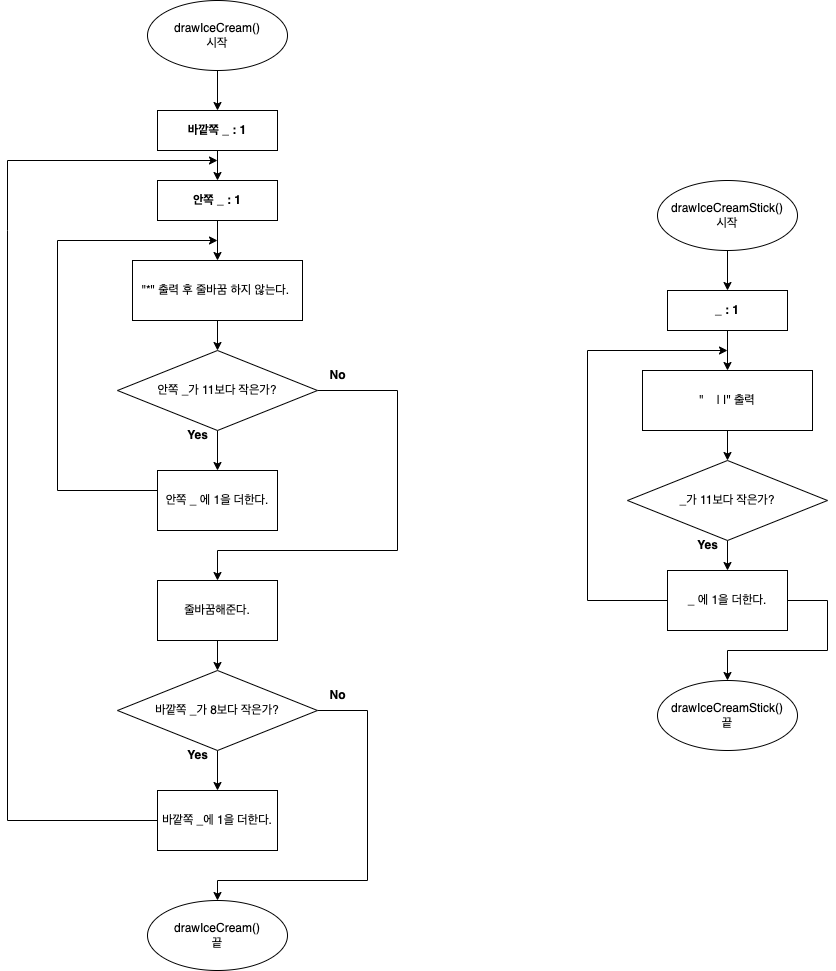
Above: CodeStarterCamp_Week1/step2순서도.png in yagom-academy/swift-starter-Round1 (draw.io), before the change. Source tidied: cells renumbered, new cells last; positions are measured from the earlier drawing's top-left corner, leaving out a move shared by most shapes. The source it was exported from:
```xml
<mxGraphModel>
  <root>
    <mxCell id="0" />
    <mxCell id="1" parent="0" />
    <mxCell id="2" style="edgeStyle=orthogonalEdgeStyle;rounded=0;jettySize=auto;html=1;exitX=0.5;exitY=1;exitDx=0;exitDy=0;" parent="1" edge="1" source="3">
      <mxGeometry relative="1" as="geometry">
        <mxPoint x="210" y="110" as="targetPoint" />
      </mxGeometry>
    </mxCell>
    <mxCell id="3" value="drawIceCream()&lt;br&gt;시작" style="ellipse;whiteSpace=wrap;html=1;" parent="1" vertex="1">
      <mxGeometry x="140" width="140" height="70" as="geometry" />
    </mxCell>
    <mxCell id="4" style="edgeStyle=orthogonalEdgeStyle;rounded=0;jettySize=auto;html=1;" parent="1" edge="1" source="5" target="7">
      <mxGeometry relative="1" as="geometry" />
    </mxCell>
    <mxCell id="5" value="&lt;b&gt;바깥쪽 _ : 1&lt;/b&gt;" style="rounded=0;whiteSpace=wrap;html=1;" parent="1" vertex="1">
      <mxGeometry x="150" y="110" width="120" height="40" as="geometry" />
    </mxCell>
    <mxCell id="6" style="edgeStyle=orthogonalEdgeStyle;rounded=0;jettySize=auto;html=1;" parent="1" edge="1" source="7" target="9">
      <mxGeometry relative="1" as="geometry" />
    </mxCell>
    <mxCell id="7" value="&lt;b&gt;안쪽 _ : 1&lt;/b&gt;" style="whiteSpace=wrap;html=1;rounded=0;" parent="1" vertex="1">
      <mxGeometry x="150" y="180" width="120" height="40" as="geometry" />
    </mxCell>
    <mxCell id="8" style="edgeStyle=orthogonalEdgeStyle;rounded=0;jettySize=auto;html=1;" parent="1" edge="1" source="9" target="12">
      <mxGeometry relative="1" as="geometry" />
    </mxCell>
    <mxCell id="9" value="&quot;*&quot; 출력 후 줄바꿈 하지 않는다.&amp;nbsp;" style="whiteSpace=wrap;html=1;rounded=0;" parent="1" vertex="1">
      <mxGeometry x="125" y="260" width="170" height="60" as="geometry" />
    </mxCell>
    <mxCell id="10" style="edgeStyle=orthogonalEdgeStyle;rounded=0;jettySize=auto;html=1;" parent="1" edge="1" source="12" target="14">
      <mxGeometry relative="1" as="geometry" />
    </mxCell>
    <mxCell id="11" style="edgeStyle=orthogonalEdgeStyle;rounded=0;jettySize=auto;html=1;exitX=1;exitY=0.5;exitDx=0;exitDy=0;" parent="1" edge="1" source="12" target="18">
      <mxGeometry relative="1" as="geometry">
        <Array as="points">
          <mxPoint x="390" y="390" />
          <mxPoint x="390" y="550" />
          <mxPoint x="210" y="550" />
        </Array>
      </mxGeometry>
    </mxCell>
    <mxCell id="12" value="안쪽 _가 11보다 작은가?" style="rhombus;whiteSpace=wrap;html=1;rounded=0;" parent="1" vertex="1">
      <mxGeometry x="110" y="350" width="200" height="80" as="geometry" />
    </mxCell>
    <mxCell id="13" style="edgeStyle=orthogonalEdgeStyle;rounded=0;jettySize=auto;html=1;exitX=0;exitY=0.5;exitDx=0;exitDy=0;" parent="1" edge="1" source="14">
      <mxGeometry relative="1" as="geometry">
        <mxPoint x="210" y="240" as="targetPoint" />
        <Array as="points">
          <mxPoint x="150" y="490" />
          <mxPoint x="50" y="490" />
          <mxPoint x="50" y="240" />
        </Array>
      </mxGeometry>
    </mxCell>
    <mxCell id="14" value="안쪽 _ 에 1을 더한다." style="whiteSpace=wrap;html=1;rounded=0;" parent="1" vertex="1">
      <mxGeometry x="150" y="470" width="120" height="60" as="geometry" />
    </mxCell>
    <mxCell id="15" value="&lt;b&gt;Yes&lt;/b&gt;" style="text;html=1;align=center;verticalAlign=middle;strokeColor=none;fillColor=none;" parent="1" vertex="1">
      <mxGeometry x="170" y="420" width="40" height="30" as="geometry" />
    </mxCell>
    <mxCell id="16" value="&lt;b&gt;No&lt;/b&gt;" style="text;html=1;align=center;verticalAlign=middle;strokeColor=none;fillColor=none;" parent="1" vertex="1">
      <mxGeometry x="310" y="360" width="40" height="30" as="geometry" />
    </mxCell>
    <mxCell id="17" style="edgeStyle=orthogonalEdgeStyle;rounded=0;jettySize=auto;html=1;" parent="1" edge="1" source="18" target="21">
      <mxGeometry relative="1" as="geometry" />
    </mxCell>
    <mxCell id="18" value="줄바꿈해준다." style="whiteSpace=wrap;html=1;rounded=0;" parent="1" vertex="1">
      <mxGeometry x="150" y="580" width="120" height="60" as="geometry" />
    </mxCell>
    <mxCell id="19" style="edgeStyle=orthogonalEdgeStyle;rounded=0;jettySize=auto;html=1;" parent="1" edge="1" source="21" target="23">
      <mxGeometry relative="1" as="geometry" />
    </mxCell>
    <mxCell id="20" style="edgeStyle=orthogonalEdgeStyle;rounded=0;jettySize=auto;html=1;entryX=0.5;entryY=0;entryDx=0;entryDy=0;strokeColor=default;endArrow=classic;endFill=1;" parent="1" edge="1" source="21" target="26">
      <mxGeometry relative="1" as="geometry">
        <Array as="points">
          <mxPoint x="360" y="710" />
          <mxPoint x="360" y="880" />
          <mxPoint x="210" y="880" />
        </Array>
      </mxGeometry>
    </mxCell>
    <mxCell id="21" value="바깥쪽 _가 8보다 작은가?" style="rhombus;whiteSpace=wrap;html=1;rounded=0;" parent="1" vertex="1">
      <mxGeometry x="110" y="670" width="200" height="80" as="geometry" />
    </mxCell>
    <mxCell id="22" style="edgeStyle=orthogonalEdgeStyle;rounded=0;jettySize=auto;html=1;strokeColor=default;endArrow=none;endFill=0;" parent="1" edge="1" source="23">
      <mxGeometry relative="1" as="geometry">
        <mxPoint y="230" as="targetPoint" />
      </mxGeometry>
    </mxCell>
    <mxCell id="23" value="바깥쪽 _에 1을 더한다." style="whiteSpace=wrap;html=1;rounded=0;" parent="1" vertex="1">
      <mxGeometry x="150" y="790" width="120" height="60" as="geometry" />
    </mxCell>
    <mxCell id="24" value="&lt;b&gt;Yes&lt;/b&gt;" style="text;html=1;align=center;verticalAlign=middle;strokeColor=none;fillColor=none;" parent="1" vertex="1">
      <mxGeometry x="170" y="740" width="40" height="30" as="geometry" />
    </mxCell>
    <mxCell id="25" style="edgeStyle=orthogonalEdgeStyle;rounded=0;orthogonalLoop=1;jettySize=auto;html=1;" parent="1" edge="1">
      <mxGeometry relative="1" as="geometry">
        <mxPoint y="230" as="sourcePoint" />
        <mxPoint x="210" y="160" as="targetPoint" />
        <Array as="points">
          <mxPoint y="160" />
        </Array>
      </mxGeometry>
    </mxCell>
    <mxCell id="26" value="drawIceCream()&lt;br&gt;끝" style="ellipse;whiteSpace=wrap;html=1;" parent="1" vertex="1">
      <mxGeometry x="140" y="900" width="140" height="70" as="geometry" />
    </mxCell>
    <mxCell id="27" value="&lt;b&gt;No&lt;/b&gt;" style="text;html=1;align=center;verticalAlign=middle;strokeColor=none;fillColor=none;" parent="1" vertex="1">
      <mxGeometry x="310" y="680" width="40" height="30" as="geometry" />
    </mxCell>
    <mxCell id="28" style="edgeStyle=orthogonalEdgeStyle;rounded=0;jettySize=auto;html=1;strokeColor=default;fontFamily=Helvetica;endArrow=classic;endFill=1;" parent="1" edge="1" source="29" target="31">
      <mxGeometry relative="1" as="geometry" />
    </mxCell>
    <mxCell id="29" value="drawIceCreamStick()&lt;br&gt;시작" style="ellipse;whiteSpace=wrap;html=1;" parent="1" vertex="1">
      <mxGeometry x="650" y="180" width="140" height="70" as="geometry" />
    </mxCell>
    <mxCell id="30" style="edgeStyle=orthogonalEdgeStyle;rounded=0;jettySize=auto;html=1;strokeColor=default;fontFamily=Helvetica;endArrow=classic;endFill=1;" parent="1" edge="1" source="31" target="33">
      <mxGeometry relative="1" as="geometry" />
    </mxCell>
    <mxCell id="31" value="&lt;b&gt;_ : 1&lt;/b&gt;" style="rounded=0;whiteSpace=wrap;html=1;" parent="1" vertex="1">
      <mxGeometry x="660" y="290" width="120" height="40" as="geometry" />
    </mxCell>
    <mxCell id="32" style="edgeStyle=orthogonalEdgeStyle;rounded=0;jettySize=auto;html=1;strokeColor=default;fontFamily=Helvetica;endArrow=classic;endFill=1;" parent="1" edge="1" source="33" target="35">
      <mxGeometry relative="1" as="geometry" />
    </mxCell>
    <mxCell id="33" value="&quot;&amp;nbsp; &amp;nbsp; | |&quot; 출력" style="whiteSpace=wrap;html=1;rounded=0;" parent="1" vertex="1">
      <mxGeometry x="635" y="370" width="170" height="60" as="geometry" />
    </mxCell>
    <mxCell id="34" style="edgeStyle=orthogonalEdgeStyle;rounded=0;jettySize=auto;html=1;strokeColor=default;fontFamily=Helvetica;endArrow=classic;endFill=1;entryX=0.5;entryY=0;entryDx=0;entryDy=0;" parent="1" edge="1" source="35" target="38">
      <mxGeometry relative="1" as="geometry" />
    </mxCell>
    <mxCell id="35" value="_가 11보다 작은가?" style="rhombus;whiteSpace=wrap;html=1;rounded=0;" parent="1" vertex="1">
      <mxGeometry x="620" y="460" width="200" height="80" as="geometry" />
    </mxCell>
    <mxCell id="36" style="edgeStyle=orthogonalEdgeStyle;rounded=0;jettySize=auto;html=1;strokeColor=default;fontFamily=Helvetica;endArrow=classic;endFill=1;" parent="1" edge="1" source="38">
      <mxGeometry relative="1" as="geometry">
        <mxPoint x="720" y="350" as="targetPoint" />
        <Array as="points">
          <mxPoint x="580" y="600" />
          <mxPoint x="580" y="350" />
        </Array>
      </mxGeometry>
    </mxCell>
    <mxCell id="37" style="edgeStyle=orthogonalEdgeStyle;rounded=0;jettySize=auto;html=1;exitX=1;exitY=0.5;exitDx=0;exitDy=0;strokeColor=default;fontFamily=Helvetica;endArrow=classic;endFill=1;" parent="1" edge="1" source="38" target="40">
      <mxGeometry relative="1" as="geometry">
        <Array as="points">
          <mxPoint x="820" y="600" />
          <mxPoint x="820" y="650" />
          <mxPoint x="720" y="650" />
        </Array>
      </mxGeometry>
    </mxCell>
    <mxCell id="38" value="_ 에 1을 더한다." style="whiteSpace=wrap;html=1;rounded=0;" parent="1" vertex="1">
      <mxGeometry x="660" y="570" width="120" height="60" as="geometry" />
    </mxCell>
    <mxCell id="39" value="&lt;b&gt;Yes&lt;/b&gt;" style="text;html=1;align=center;verticalAlign=middle;strokeColor=none;fillColor=none;" parent="1" vertex="1">
      <mxGeometry x="680" y="530" width="40" height="30" as="geometry" />
    </mxCell>
    <mxCell id="40" value="drawIceCreamStick()&lt;br&gt;끝" style="ellipse;whiteSpace=wrap;html=1;" parent="1" vertex="1">
      <mxGeometry x="650" y="680" width="140" height="70" as="geometry" />
    </mxCell>
  </root>
</mxGraphModel>
```
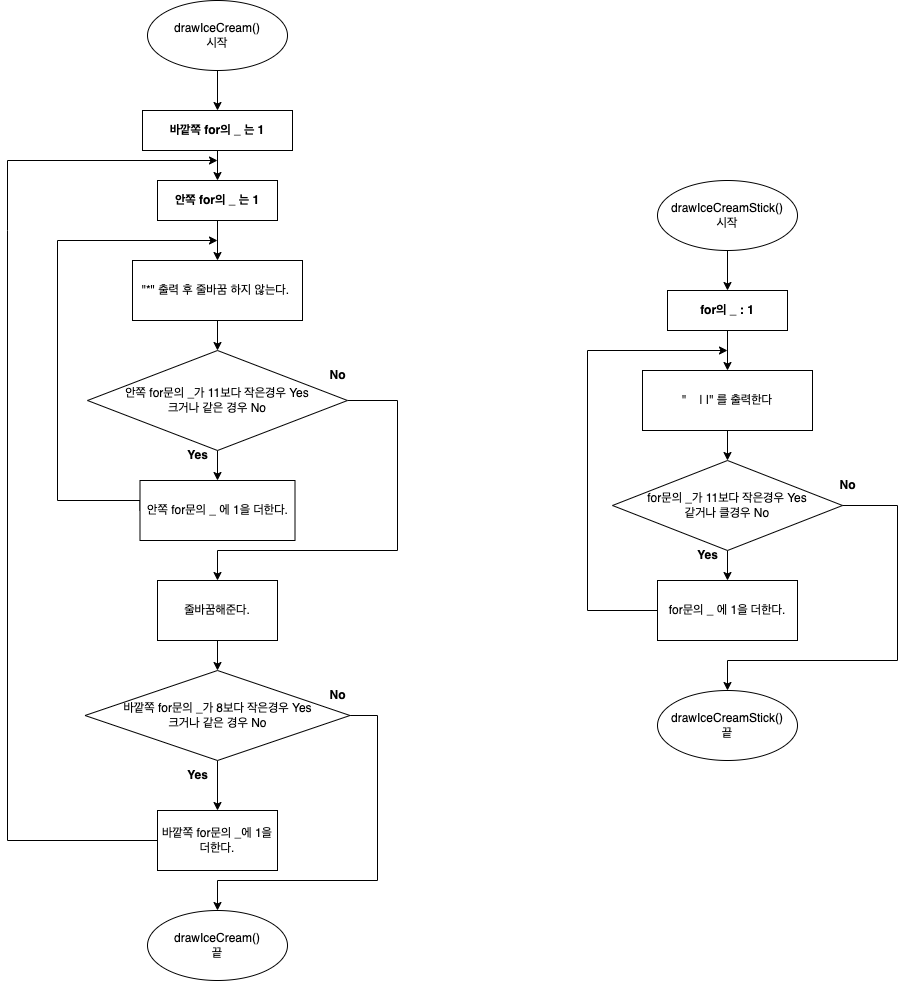
The same file after the commit.

Commit message:
step2순서도 수정

The edit, as a diff of the source:
```diff
@@ -13,13 +13,13 @@
     <mxCell id="4" style="edgeStyle=orthogonalEdgeStyle;rounded=0;jettySize=auto;html=1;" parent="1" edge="1" source="5" target="7">
       <mxGeometry relative="1" as="geometry" />
     </mxCell>
-    <mxCell id="5" value="&lt;b&gt;바깥쪽 _ : 1&lt;/b&gt;" style="rounded=0;whiteSpace=wrap;html=1;" parent="1" vertex="1">
-      <mxGeometry x="150" y="110" width="120" height="40" as="geometry" />
+    <mxCell id="5" value="&lt;b&gt;바깥쪽 for의 _ 는 1&lt;/b&gt;" style="rounded=0;whiteSpace=wrap;html=1;" parent="1" vertex="1">
+      <mxGeometry x="135" y="110" width="150" height="40" as="geometry" />
     </mxCell>
     <mxCell id="6" style="edgeStyle=orthogonalEdgeStyle;rounded=0;jettySize=auto;html=1;" parent="1" edge="1" source="7" target="9">
       <mxGeometry relative="1" as="geometry" />
     </mxCell>
-    <mxCell id="7" value="&lt;b&gt;안쪽 _ : 1&lt;/b&gt;" style="whiteSpace=wrap;html=1;rounded=0;" parent="1" vertex="1">
+    <mxCell id="7" value="&lt;b&gt;안쪽 for의 _ 는 1&lt;/b&gt;" style="whiteSpace=wrap;html=1;rounded=0;" parent="1" vertex="1">
       <mxGeometry x="150" y="180" width="120" height="40" as="geometry" />
     </mxCell>
     <mxCell id="8" style="edgeStyle=orthogonalEdgeStyle;rounded=0;jettySize=auto;html=1;" parent="1" edge="1" source="9" target="12">
@@ -34,30 +34,29 @@
     <mxCell id="11" style="edgeStyle=orthogonalEdgeStyle;rounded=0;jettySize=auto;html=1;exitX=1;exitY=0.5;exitDx=0;exitDy=0;" parent="1" edge="1" source="12" target="18">
       <mxGeometry relative="1" as="geometry">
         <Array as="points">
-          <mxPoint x="390" y="390" />
+          <mxPoint x="390" y="400" />
           <mxPoint x="390" y="550" />
           <mxPoint x="210" y="550" />
         </Array>
       </mxGeometry>
     </mxCell>
-    <mxCell id="12" value="안쪽 _가 11보다 작은가?" style="rhombus;whiteSpace=wrap;html=1;rounded=0;" parent="1" vertex="1">
-      <mxGeometry x="110" y="350" width="200" height="80" as="geometry" />
+    <mxCell id="12" value="안쪽 for문의 _가 11보다 작은경우 Yes&lt;br&gt;크거나 같은 경우 No" style="rhombus;whiteSpace=wrap;html=1;rounded=0;" parent="1" vertex="1">
+      <mxGeometry x="80" y="350" width="260" height="100" as="geometry" />
     </mxCell>
     <mxCell id="13" style="edgeStyle=orthogonalEdgeStyle;rounded=0;jettySize=auto;html=1;exitX=0;exitY=0.5;exitDx=0;exitDy=0;" parent="1" edge="1" source="14">
       <mxGeometry relative="1" as="geometry">
         <mxPoint x="210" y="240" as="targetPoint" />
         <Array as="points">
-          <mxPoint x="150" y="490" />
-          <mxPoint x="50" y="490" />
+          <mxPoint x="50" y="500" />
           <mxPoint x="50" y="240" />
         </Array>
       </mxGeometry>
     </mxCell>
-    <mxCell id="14" value="안쪽 _ 에 1을 더한다." style="whiteSpace=wrap;html=1;rounded=0;" parent="1" vertex="1">
-      <mxGeometry x="150" y="470" width="120" height="60" as="geometry" />
+    <mxCell id="14" value="안쪽 for문의 _ 에 1을 더한다." style="whiteSpace=wrap;html=1;rounded=0;" parent="1" vertex="1">
+      <mxGeometry x="132.5" y="480" width="155" height="60" as="geometry" />
     </mxCell>
     <mxCell id="15" value="&lt;b&gt;Yes&lt;/b&gt;" style="text;html=1;align=center;verticalAlign=middle;strokeColor=none;fillColor=none;" parent="1" vertex="1">
-      <mxGeometry x="170" y="420" width="40" height="30" as="geometry" />
+      <mxGeometry x="170" y="440" width="40" height="30" as="geometry" />
     </mxCell>
     <mxCell id="16" value="&lt;b&gt;No&lt;/b&gt;" style="text;html=1;align=center;verticalAlign=middle;strokeColor=none;fillColor=none;" parent="1" vertex="1">
       <mxGeometry x="310" y="360" width="40" height="30" as="geometry" />
@@ -71,28 +70,28 @@
     <mxCell id="19" style="edgeStyle=orthogonalEdgeStyle;rounded=0;jettySize=auto;html=1;" parent="1" edge="1" source="21" target="23">
       <mxGeometry relative="1" as="geometry" />
     </mxCell>
-    <mxCell id="20" style="edgeStyle=orthogonalEdgeStyle;rounded=0;jettySize=auto;html=1;entryX=0.5;entryY=0;entryDx=0;entryDy=0;strokeColor=default;endArrow=classic;endFill=1;" parent="1" edge="1" source="21" target="26">
+    <mxCell id="20" style="edgeStyle=orthogonalEdgeStyle;rounded=0;jettySize=auto;html=1;entryX=0.5;entryY=0;entryDx=0;entryDy=0;strokeColor=default;endArrow=classic;endFill=1;exitX=1;exitY=0.5;exitDx=0;exitDy=0;" parent="1" edge="1" source="21" target="26">
       <mxGeometry relative="1" as="geometry">
         <Array as="points">
-          <mxPoint x="360" y="710" />
-          <mxPoint x="360" y="880" />
+          <mxPoint x="370" y="715" />
+          <mxPoint x="370" y="880" />
           <mxPoint x="210" y="880" />
         </Array>
       </mxGeometry>
     </mxCell>
-    <mxCell id="21" value="바깥쪽 _가 8보다 작은가?" style="rhombus;whiteSpace=wrap;html=1;rounded=0;" parent="1" vertex="1">
-      <mxGeometry x="110" y="670" width="200" height="80" as="geometry" />
+    <mxCell id="21" value="바깥쪽 for문의 _가 8보다 작은경우 Yes&lt;br&gt;크거나 같은 경우 No" style="rhombus;whiteSpace=wrap;html=1;rounded=0;" parent="1" vertex="1">
+      <mxGeometry x="77.5" y="670" width="265" height="90" as="geometry" />
     </mxCell>
     <mxCell id="22" style="edgeStyle=orthogonalEdgeStyle;rounded=0;jettySize=auto;html=1;strokeColor=default;endArrow=none;endFill=0;" parent="1" edge="1" source="23">
       <mxGeometry relative="1" as="geometry">
         <mxPoint y="230" as="targetPoint" />
       </mxGeometry>
     </mxCell>
-    <mxCell id="23" value="바깥쪽 _에 1을 더한다." style="whiteSpace=wrap;html=1;rounded=0;" parent="1" vertex="1">
-      <mxGeometry x="150" y="790" width="120" height="60" as="geometry" />
+    <mxCell id="23" value="바깥쪽 for문의 _에 1을 더한다." style="whiteSpace=wrap;html=1;rounded=0;" parent="1" vertex="1">
+      <mxGeometry x="150" y="810" width="120" height="60" as="geometry" />
     </mxCell>
     <mxCell id="24" value="&lt;b&gt;Yes&lt;/b&gt;" style="text;html=1;align=center;verticalAlign=middle;strokeColor=none;fillColor=none;" parent="1" vertex="1">
-      <mxGeometry x="170" y="740" width="40" height="30" as="geometry" />
+      <mxGeometry x="170" y="760" width="40" height="30" as="geometry" />
     </mxCell>
     <mxCell id="25" style="edgeStyle=orthogonalEdgeStyle;rounded=0;orthogonalLoop=1;jettySize=auto;html=1;" parent="1" edge="1">
       <mxGeometry relative="1" as="geometry">
@@ -104,7 +103,7 @@
       </mxGeometry>
     </mxCell>
     <mxCell id="26" value="drawIceCream()&lt;br&gt;끝" style="ellipse;whiteSpace=wrap;html=1;" parent="1" vertex="1">
-      <mxGeometry x="140" y="900" width="140" height="70" as="geometry" />
+      <mxGeometry x="140" y="910" width="140" height="70" as="geometry" />
     </mxCell>
     <mxCell id="27" value="&lt;b&gt;No&lt;/b&gt;" style="text;html=1;align=center;verticalAlign=middle;strokeColor=none;fillColor=none;" parent="1" vertex="1">
       <mxGeometry x="310" y="680" width="40" height="30" as="geometry" />
@@ -118,47 +117,50 @@
     <mxCell id="30" style="edgeStyle=orthogonalEdgeStyle;rounded=0;jettySize=auto;html=1;strokeColor=default;fontFamily=Helvetica;endArrow=classic;endFill=1;" parent="1" edge="1" source="31" target="33">
       <mxGeometry relative="1" as="geometry" />
     </mxCell>
-    <mxCell id="31" value="&lt;b&gt;_ : 1&lt;/b&gt;" style="rounded=0;whiteSpace=wrap;html=1;" parent="1" vertex="1">
+    <mxCell id="31" value="&lt;b&gt;for의 _ : 1&lt;/b&gt;" style="rounded=0;whiteSpace=wrap;html=1;" parent="1" vertex="1">
       <mxGeometry x="660" y="290" width="120" height="40" as="geometry" />
     </mxCell>
     <mxCell id="32" style="edgeStyle=orthogonalEdgeStyle;rounded=0;jettySize=auto;html=1;strokeColor=default;fontFamily=Helvetica;endArrow=classic;endFill=1;" parent="1" edge="1" source="33" target="35">
       <mxGeometry relative="1" as="geometry" />
     </mxCell>
-    <mxCell id="33" value="&quot;&amp;nbsp; &amp;nbsp; | |&quot; 출력" style="whiteSpace=wrap;html=1;rounded=0;" parent="1" vertex="1">
+    <mxCell id="33" value="&quot;&amp;nbsp; &amp;nbsp; | |&quot; 를 출력한다" style="whiteSpace=wrap;html=1;rounded=0;" parent="1" vertex="1">
       <mxGeometry x="635" y="370" width="170" height="60" as="geometry" />
     </mxCell>
     <mxCell id="34" style="edgeStyle=orthogonalEdgeStyle;rounded=0;jettySize=auto;html=1;strokeColor=default;fontFamily=Helvetica;endArrow=classic;endFill=1;entryX=0.5;entryY=0;entryDx=0;entryDy=0;" parent="1" edge="1" source="35" target="38">
       <mxGeometry relative="1" as="geometry" />
     </mxCell>
-    <mxCell id="35" value="_가 11보다 작은가?" style="rhombus;whiteSpace=wrap;html=1;rounded=0;" parent="1" vertex="1">
-      <mxGeometry x="620" y="460" width="200" height="80" as="geometry" />
+    <mxCell id="35" value="for문의 _가 11보다 작은경우 Yes&lt;br&gt;같거나 클경우 No" style="rhombus;whiteSpace=wrap;html=1;rounded=0;" parent="1" vertex="1">
+      <mxGeometry x="605" y="460" width="230" height="90" as="geometry" />
     </mxCell>
     <mxCell id="36" style="edgeStyle=orthogonalEdgeStyle;rounded=0;jettySize=auto;html=1;strokeColor=default;fontFamily=Helvetica;endArrow=classic;endFill=1;" parent="1" edge="1" source="38">
       <mxGeometry relative="1" as="geometry">
         <mxPoint x="720" y="350" as="targetPoint" />
         <Array as="points">
-          <mxPoint x="580" y="600" />
+          <mxPoint x="580" y="610" />
           <mxPoint x="580" y="350" />
         </Array>
       </mxGeometry>
     </mxCell>
-    <mxCell id="37" style="edgeStyle=orthogonalEdgeStyle;rounded=0;jettySize=auto;html=1;exitX=1;exitY=0.5;exitDx=0;exitDy=0;strokeColor=default;fontFamily=Helvetica;endArrow=classic;endFill=1;" parent="1" edge="1" source="38" target="40">
+    <mxCell id="37" style="edgeStyle=orthogonalEdgeStyle;rounded=0;jettySize=auto;html=1;exitX=1;exitY=0.5;exitDx=0;exitDy=0;strokeColor=default;fontFamily=Helvetica;endArrow=classic;endFill=1;" parent="1" edge="1" source="35" target="40">
       <mxGeometry relative="1" as="geometry">
         <Array as="points">
-          <mxPoint x="820" y="600" />
-          <mxPoint x="820" y="650" />
-          <mxPoint x="720" y="650" />
+          <mxPoint x="890" y="505" />
+          <mxPoint x="890" y="660" />
+          <mxPoint x="720" y="660" />
         </Array>
       </mxGeometry>
     </mxCell>
-    <mxCell id="38" value="_ 에 1을 더한다." style="whiteSpace=wrap;html=1;rounded=0;" parent="1" vertex="1">
-      <mxGeometry x="660" y="570" width="120" height="60" as="geometry" />
+    <mxCell id="38" value="for문의 _ 에 1을 더한다." style="whiteSpace=wrap;html=1;rounded=0;" parent="1" vertex="1">
+      <mxGeometry x="650" y="580" width="140" height="60" as="geometry" />
     </mxCell>
     <mxCell id="39" value="&lt;b&gt;Yes&lt;/b&gt;" style="text;html=1;align=center;verticalAlign=middle;strokeColor=none;fillColor=none;" parent="1" vertex="1">
-      <mxGeometry x="680" y="530" width="40" height="30" as="geometry" />
+      <mxGeometry x="680" y="540" width="40" height="30" as="geometry" />
     </mxCell>
     <mxCell id="40" value="drawIceCreamStick()&lt;br&gt;끝" style="ellipse;whiteSpace=wrap;html=1;" parent="1" vertex="1">
-      <mxGeometry x="650" y="680" width="140" height="70" as="geometry" />
+      <mxGeometry x="650" y="690" width="140" height="70" as="geometry" />
     </mxCell>
+    <mxCell id="41" value="&lt;b&gt;No&lt;/b&gt;" style="text;html=1;align=center;verticalAlign=middle;strokeColor=none;fillColor=none;" parent="1" vertex="1">
+      <mxGeometry x="820" y="470" width="40" height="30" as="geometry" />
+    </mxCell>
   </root>
 </mxGraphModel>
```
